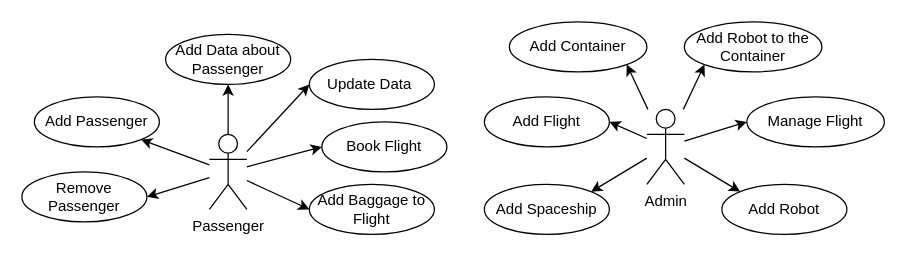
The draw.io diagram Documentation/Use Cases.drawio in iWANbpe/Fly-Me-to-the-Moon, before the edit. Source tidied: cells renumbered, new cells numbered last; positions are measured from the earlier drawing's top-left corner, leaving out a move shared by most shapes. Both pictures are drawn from the tidied source at 125%, with x=0, y=0 at pixel (21, 21).
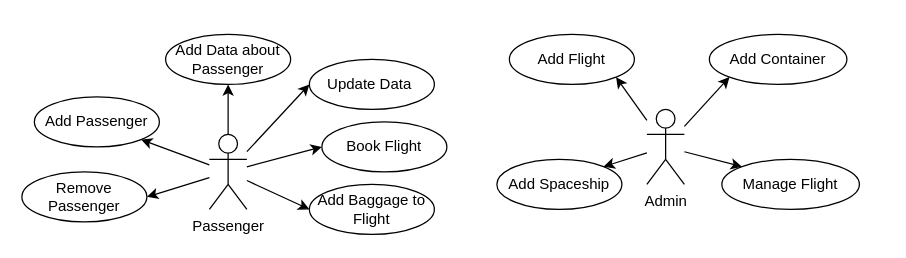
After the change.

Unchanged cells that the change refers to:
```xml
<mxCell id="20" value="Admin" style="shape=umlActor;verticalLabelPosition=bottom;verticalAlign=top;html=1;outlineConnect=0;" parent="1" vertex="1">
  <mxGeometry x="500" y="70" width="30" height="60" as="geometry" />
</mxCell>
```

The edit, as a diff of the source:
```diff
@@
-    <mxCell id="14" style="rounded=0;jettySize=auto;html=1;entryX=0;entryY=0.5;entryDx=0;entryDy=0;" parent="1" edge="1" source="20" target="23">
+    <mxCell id="14" style="rounded=0;jettySize=auto;html=1;entryX=0;entryY=0;entryDx=0;entryDy=0;" parent="1" edge="1" source="20" target="23">
       <mxGeometry relative="1" as="geometry" />
     </mxCell>
-    <mxCell id="15" style="rounded=0;jettySize=auto;html=1;entryX=1;entryY=0.5;entryDx=0;entryDy=0;" parent="1" edge="1" source="20" target="21">
+    <mxCell id="15" style="rounded=0;jettySize=auto;html=1;entryX=1;entryY=1;entryDx=0;entryDy=0;" parent="1" edge="1" source="20" target="21">
       <mxGeometry relative="1" as="geometry" />
     </mxCell>
@@
-    <mxCell id="17" style="rounded=0;jettySize=auto;html=1;entryX=0;entryY=0;entryDx=0;entryDy=0;" parent="1" edge="1" source="20" target="24">
-      <mxGeometry relative="1" as="geometry" />
-    </mxCell>
-    <mxCell id="18" style="rounded=0;jettySize=auto;html=1;entryX=1;entryY=1;entryDx=0;entryDy=0;" parent="1" edge="1" source="20" target="26">
+    <mxCell id="18" style="rounded=0;jettySize=auto;html=1;entryX=0;entryY=1;entryDx=0;entryDy=0;" parent="1" edge="1" source="20" target="26">
       <mxGeometry relative="1" as="geometry" />
     </mxCell>
-    <mxCell id="19" style="rounded=0;jettySize=auto;html=1;entryX=0;entryY=1;entryDx=0;entryDy=0;" parent="1" edge="1" source="20" target="27">
-      <mxGeometry relative="1" as="geometry" />
-    </mxCell>
@@
     <mxCell id="21" value="Add Flight" style="ellipse;whiteSpace=wrap;html=1;" parent="1" vertex="1">
-      <mxGeometry x="370" y="60" width="100" height="40" as="geometry" />
+      <mxGeometry x="390" y="10" width="100" height="40" as="geometry" />
     </mxCell>
     <mxCell id="22" value="Add Spaceship" style="ellipse;whiteSpace=wrap;html=1;" parent="1" vertex="1">
-      <mxGeometry x="370" y="130" width="100" height="40" as="geometry" />
+      <mxGeometry x="380" y="110" width="100" height="40" as="geometry" />
     </mxCell>
     <mxCell id="23" value="Manage Flight" style="ellipse;whiteSpace=wrap;html=1;" parent="1" vertex="1">
-      <mxGeometry x="580" y="60" width="110" height="40" as="geometry" />
+      <mxGeometry x="560" y="110" width="110" height="40" as="geometry" />
     </mxCell>
-    <mxCell id="24" value="Add Robot" style="ellipse;whiteSpace=wrap;html=1;" parent="1" vertex="1">
-      <mxGeometry x="560" y="130" width="100" height="40" as="geometry" />
-    </mxCell>
@@
     <mxCell id="26" value="Add Container" style="ellipse;whiteSpace=wrap;html=1;" parent="1" vertex="1">
-      <mxGeometry x="390" width="110" height="40" as="geometry" />
+      <mxGeometry x="550" y="10" width="110" height="40" as="geometry" />
     </mxCell>
-    <mxCell id="27" value="Add Robot to the Container" style="ellipse;whiteSpace=wrap;html=1;" parent="1" vertex="1">
-      <mxGeometry x="530" width="110" height="40" as="geometry" />
-    </mxCell>
```
